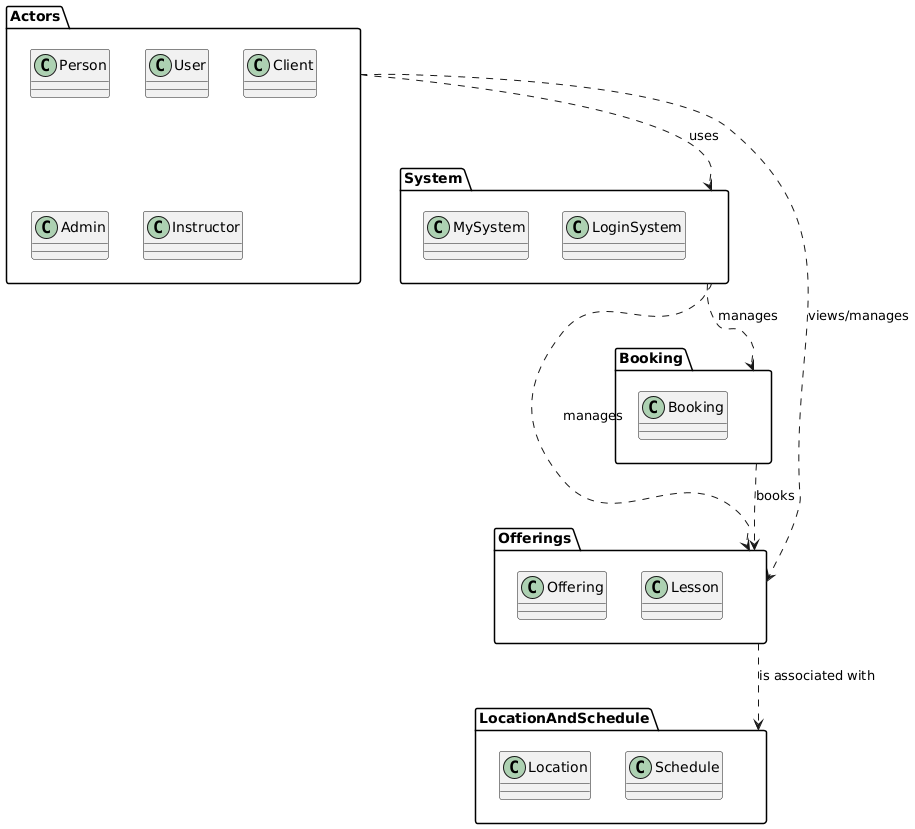
This is Diagrams/DomainAndPackage/PackageDiagramRefined.png from ABALkhabbaz/LessonSchedulingSystem, a PlantUML export, as it was before one commit.
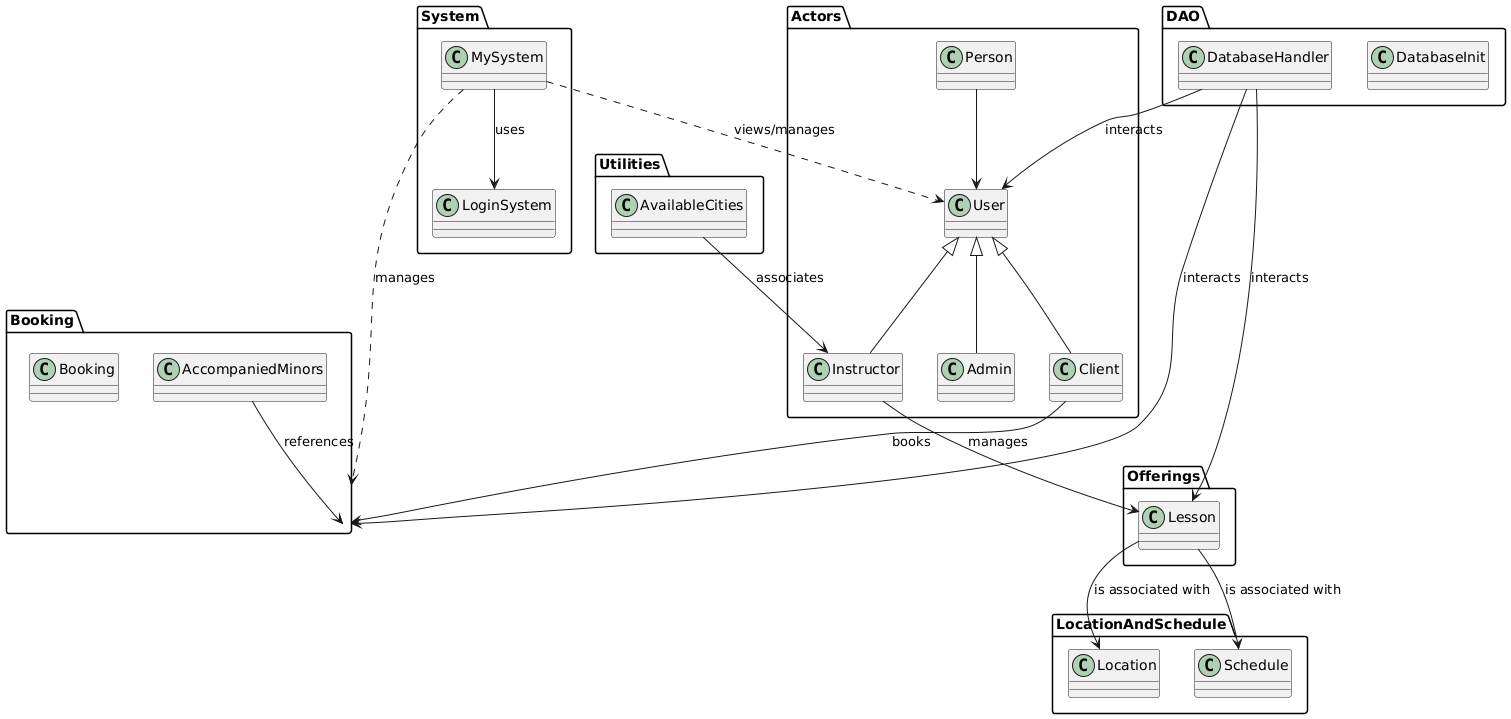
After the commit.

Commit message:
Updated Package Diagram

Change to the diagram source:
```diff
@@ -1,35 +1,59 @@
 @startuml
-package "Actors" as Actors {
+package "Actors" {
     class Person
     class User
+    class Admin
     class Client
-    class Admin
     class Instructor
 }
 
-package "System" as System {
+package "System" {
     class MySystem
     class LoginSystem
 }
 
-package "Offerings" as Offerings {
-    class Offering
+package "Booking" {
+    class Booking
+    class AccompaniedMinors
+}
+
+package "Offerings" {
     class Lesson
 }
 
-package "Booking" as BookingPkg {
-    class Booking
-}
-
-package "LocationAndSchedule" as LocationAndSchedule {
+package "LocationAndSchedule" {
     class Location
     class Schedule
 }
 
-Actors ..> System : uses
-System ..> Offerings : manages
-System ..> BookingPkg : manages
-Actors ..> Offerings : "views/manages"
-BookingPkg ..> Offerings : books
-Offerings ..> LocationAndSchedule : "is associated with"
+package "DAO" {
+    class DatabaseHandler
+    class DatabaseInit
+}
+
+package "Utilities" {
+    class AvailableCities
+}
+
+Person --> User
+User <|-- Client
+User <|-- Admin
+User <|-- Instructor
+
+MySystem ..> User : views/manages
+MySystem ..> Booking : manages
+MySystem --> LoginSystem : uses
+
+Client --> Booking : books
+Instructor --> Lesson : manages
+
+Lesson --> Location : is associated with
+Lesson --> Schedule : is associated with
+
+DatabaseHandler --> Lesson : interacts
+DatabaseHandler --> Booking : interacts
+DatabaseHandler --> User : interacts
+
+AccompaniedMinors --> Booking : references
+AvailableCities --> Instructor : associates
 @enduml
```
